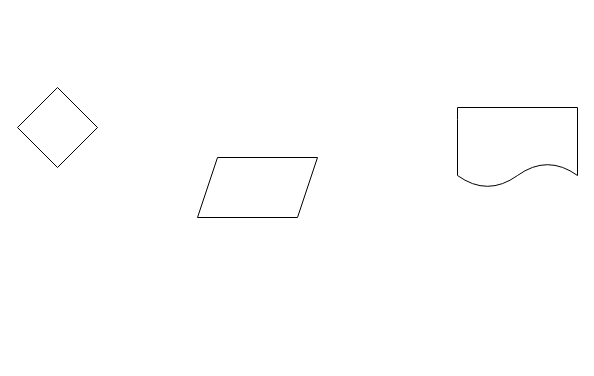
The draw.io diagram Untitled Diagram.drawio in kostya13/example, before the edit. Source tidied: cells renumbered, new cells numbered last; positions are measured from the earlier drawing's top-left corner, leaving out a move shared by most shapes. Both pictures are drawn from the tidied source at 100%, with x=0, y=0 at pixel (17, 87).
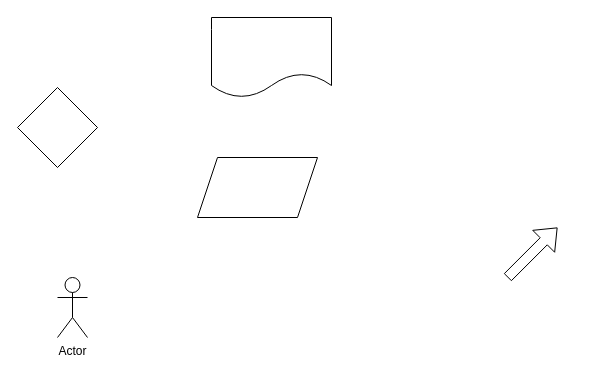
Above is the later version.

What changed in the source:
```diff
@@
 <mxGraphModel>
   <root>
     <mxCell id="0" />
     <mxCell id="1" parent="0" />
     <mxCell id="2" style="shape=parallelogram;perimeter=parallelogramPerimeter;whiteSpace=wrap;html=1;fixedSize=1;" parent="1" vertex="1">
       <mxGeometry x="180" y="70" width="120" height="60" as="geometry" />
     </mxCell>
     <mxCell id="3" style="rhombus;whiteSpace=wrap;html=1;" parent="1" vertex="1">
       <mxGeometry width="80" height="80" as="geometry" />
     </mxCell>
     <mxCell id="4" style="shape=document;whiteSpace=wrap;html=1;boundedLbl=1;" parent="1" vertex="1">
-      <mxGeometry x="440" y="20" width="120" height="80" as="geometry" />
+      <mxGeometry x="194" y="-70" width="120" height="80" as="geometry" />
     </mxCell>
+    <mxCell id="5" style="shape=flexArrow;endArrow=classic;html=1;" parent="1" edge="1">
+      <mxGeometry relative="1" as="geometry">
+        <mxPoint x="490" y="190" as="sourcePoint" />
+        <mxPoint x="540" y="140" as="targetPoint" />
+      </mxGeometry>
+    </mxCell>
+    <mxCell id="6" value="Actor" style="shape=umlActor;verticalLabelPosition=bottom;verticalAlign=top;html=1;" parent="1" vertex="1">
+      <mxGeometry x="40" y="190" width="30" height="60" as="geometry" />
+    </mxCell>
   </root>
 </mxGraphModel>
```
